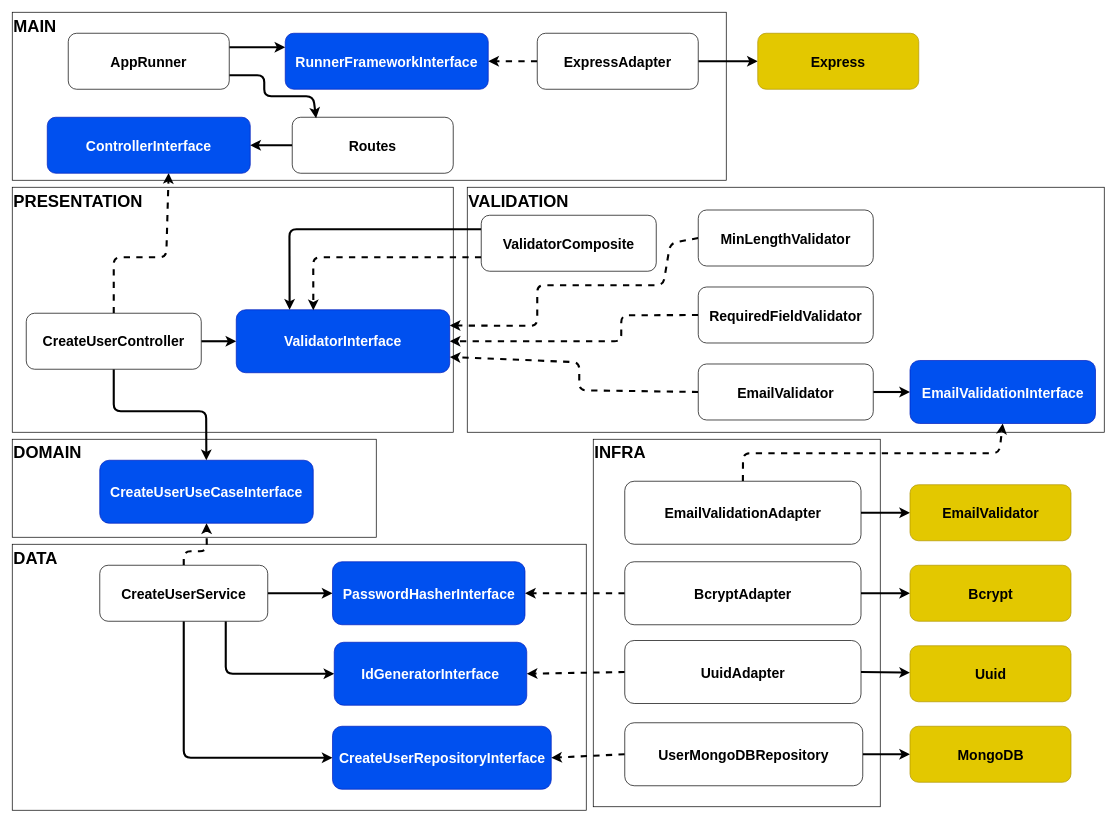
Earlier version of the draw.io diagram diagrams/drawio/create-user.drawio (DouglasVolcato/pet-adoption-backend). Source tidied: cells renumbered, new cells numbered last; positions are measured from the earlier drawing's top-left corner, leaving out a move shared by most shapes. Both pictures are drawn from the tidied source at 70%, with x=0, y=0 at pixel (12, 12).
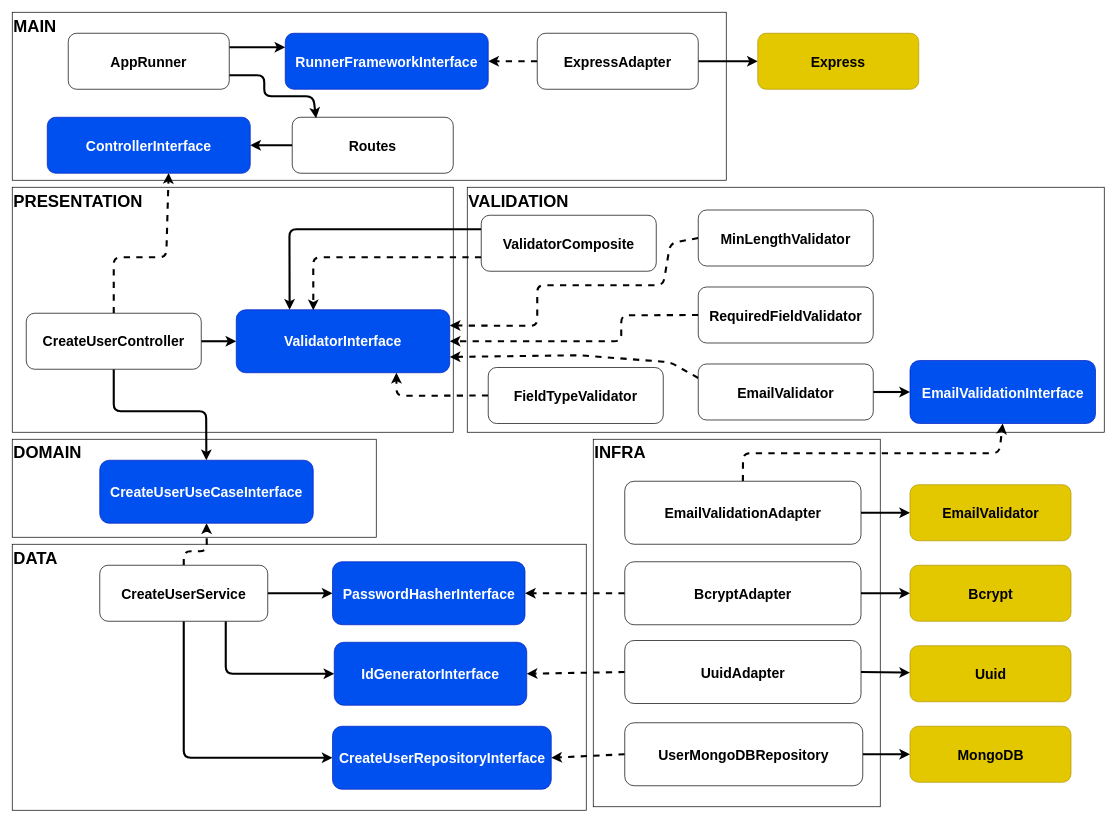
After the change.

Commit message:
chore: implement diagrams

The change refers to these unchanged cells:
```xml
<mxCell id="44" value="ValidatorInterface" style="rounded=1;whiteSpace=wrap;html=1;fillColor=#0050ef;fontColor=#ffffff;strokeColor=#001DBC;fontSize=20;fontStyle=1;" parent="1" vertex="1">
  <mxGeometry x="320" y="425" width="305" height="90" as="geometry" />
</mxCell>
<mxCell id="54" value="EmailValidator" style="rounded=1;whiteSpace=wrap;html=1;fontSize=20;fontStyle=1;" parent="1" vertex="1">
  <mxGeometry x="980" y="502.5" width="250" height="80" as="geometry" />
</mxCell>
```

Change to the diagram source:
```diff
@@
-    <mxCell id="53" style="edgeStyle=none;html=1;exitX=0;exitY=0.5;exitDx=0;exitDy=0;entryX=1;entryY=0.75;entryDx=0;entryDy=0;dashed=1;strokeWidth=3;fontSize=20;" parent="1" edge="1" source="54" target="44">
+    <mxCell id="53" style="edgeStyle=none;html=1;exitX=0;exitY=0.25;exitDx=0;exitDy=0;entryX=1;entryY=0.75;entryDx=0;entryDy=0;strokeWidth=3;dashed=1;" parent="1" edge="1" source="54" target="44">
       <mxGeometry relative="1" as="geometry">
         <Array as="points">
-          <mxPoint x="810" y="540" />
-          <mxPoint x="810" y="500" />
+          <mxPoint x="940" y="500" />
+          <mxPoint x="810" y="490" />
         </Array>
       </mxGeometry>
     </mxCell>
@@
+    <mxCell id="67" style="edgeStyle=none;html=1;exitX=0;exitY=0.5;exitDx=0;exitDy=0;entryX=0.75;entryY=1;entryDx=0;entryDy=0;dashed=1;strokeWidth=3;" parent="1" edge="1" source="68" target="44">
+      <mxGeometry relative="1" as="geometry">
+        <Array as="points">
+          <mxPoint x="549" y="548" />
+        </Array>
+      </mxGeometry>
+    </mxCell>
+    <mxCell id="68" value="FieldTypeValidator" style="rounded=1;whiteSpace=wrap;html=1;fontSize=20;fontStyle=1;" parent="1" vertex="1">
+      <mxGeometry x="680" y="507.5" width="250" height="80" as="geometry" />
+    </mxCell>
```
